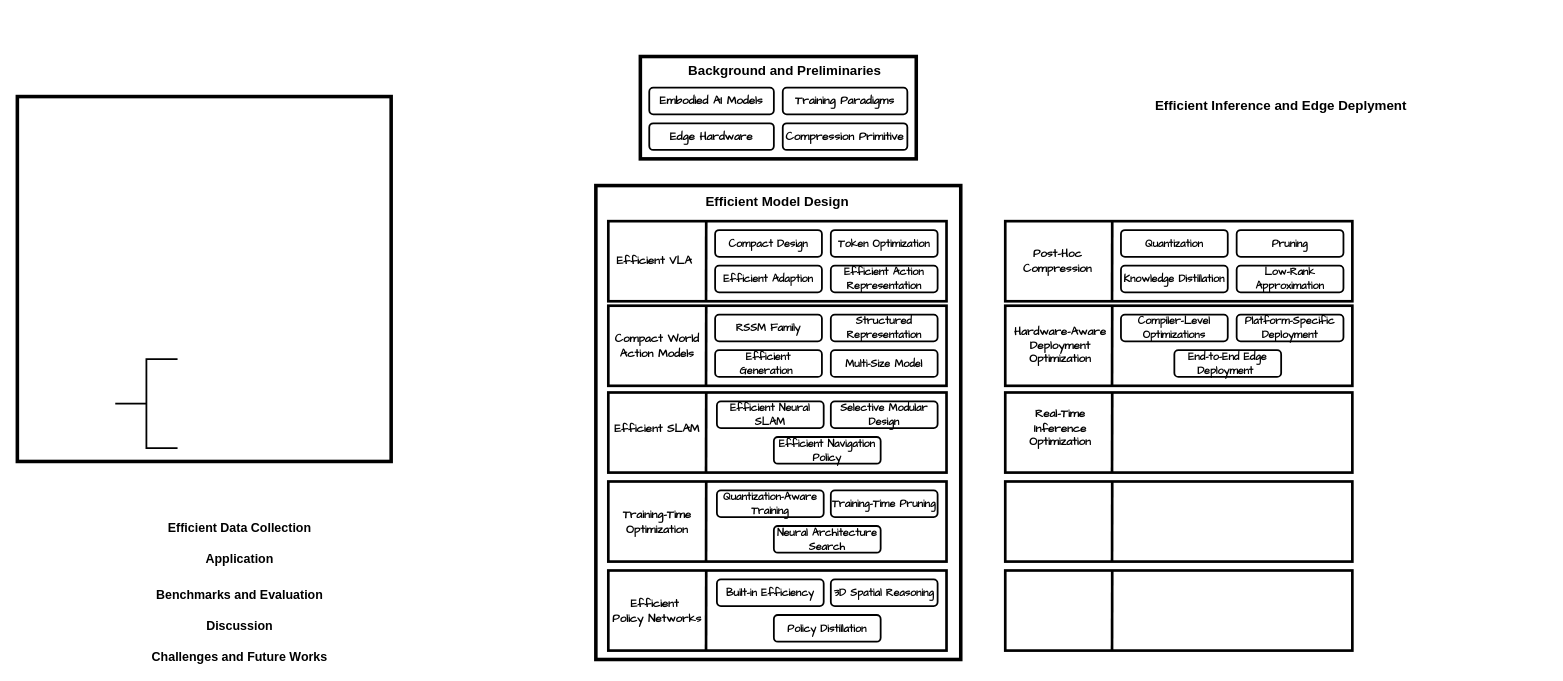
Before: edge survey.drawio in Zheyitu1001/Detection-SemiCT, a draw.io diagram. Source tidied: cells renumbered, new cells numbered last; positions are measured from the earlier drawing's top-left corner, leaving out a move shared by most shapes. Both pictures are drawn from the tidied source at 89%, with x=0, y=0 at pixel (17, 56).
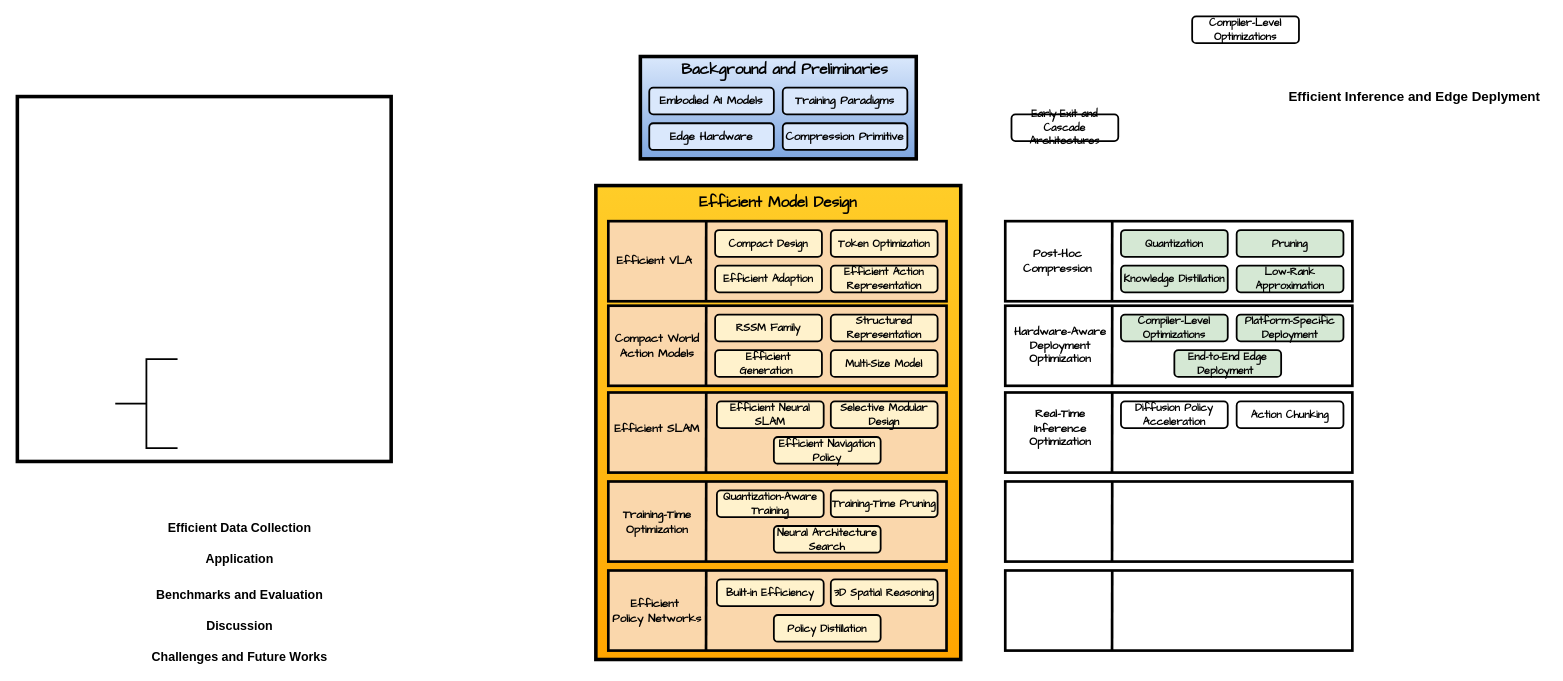
After the change.

Change to the diagram source:
```diff
@@
     <mxCell id="3" value="&lt;font face=&quot;Helvetica&quot; style=&quot;font-size: 15px;&quot;&gt;&lt;b style=&quot;&quot;&gt;Efficient Inference and Edge Deplyment&lt;/b&gt;&lt;/font&gt;" style="text;html=1;whiteSpace=wrap;strokeColor=none;fillColor=none;align=center;verticalAlign=middle;rounded=0;" parent="1" vertex="1">
-      <mxGeometry x="1270" y="45" width="300" height="20" as="geometry" />
+      <mxGeometry x="1420" y="35" width="300" height="20" as="geometry" />
     </mxCell>
@@
-    <mxCell id="10" style="group;" parent="1" vertex="1">
+    <mxCell id="10" style="group;strokeColor=#000000;fillColor=#dae8fc;gradientColor=#7ea6e0;" parent="1" vertex="1">
       <mxGeometry x="700" width="310" height="115" as="geometry" />
     </mxCell>
-    <mxCell id="11" style="rounded=0;whiteSpace=wrap;html=1;strokeWidth=4;" parent="10" vertex="1">
-      <mxGeometry width="310" height="115" as="geometry" />
-    </mxCell>
-    <mxCell id="12" value="&lt;font style=&quot;font-size: 13px;&quot; face=&quot;Comic Sans MS&quot;&gt;&lt;b style=&quot;&quot;&gt;Training Paradigms&lt;/b&gt;&lt;/font&gt;" style="rounded=1;whiteSpace=wrap;html=1;strokeWidth=2;" parent="10" vertex="1">
-      <mxGeometry x="160" y="35" width="140" height="30" as="geometry" />
-    </mxCell>
-    <mxCell id="13" value="&lt;font style=&quot;font-size: 13px;&quot; face=&quot;Comic Sans MS&quot;&gt;&lt;b style=&quot;&quot;&gt;Edge Hardware&lt;/b&gt;&lt;/font&gt;" style="rounded=1;whiteSpace=wrap;html=1;strokeWidth=2;" parent="10" vertex="1">
-      <mxGeometry x="10" y="75" width="140" height="30" as="geometry" />
-    </mxCell>
-    <mxCell id="14" value="&lt;font style=&quot;font-size: 13px;&quot; face=&quot;Comic Sans MS&quot;&gt;&lt;b style=&quot;&quot;&gt;Compression Primitive&lt;/b&gt;&lt;/font&gt;" style="rounded=1;whiteSpace=wrap;html=1;strokeWidth=2;" parent="10" vertex="1">
-      <mxGeometry x="160" y="75" width="140" height="30" as="geometry" />
-    </mxCell>
-    <mxCell id="15" value="&lt;font style=&quot;font-size: 13px;&quot; face=&quot;Comic Sans MS&quot;&gt;&lt;b style=&quot;&quot;&gt;Embodied AI Models&lt;/b&gt;&lt;/font&gt;" style="rounded=1;whiteSpace=wrap;html=1;strokeWidth=2;" parent="10" vertex="1">
-      <mxGeometry x="10" y="35" width="140" height="30" as="geometry" />
-    </mxCell>
-    <mxCell id="16" value="&lt;font face=&quot;Helvetica&quot; style=&quot;font-size: 15px;&quot;&gt;&lt;b style=&quot;&quot;&gt;Background and Preliminaries&lt;/b&gt;&lt;/font&gt;" style="text;html=1;whiteSpace=wrap;strokeColor=none;fillColor=none;align=center;verticalAlign=middle;rounded=0;" parent="10" vertex="1">
-      <mxGeometry x="25" y="5" width="275" height="20" as="geometry" />
-    </mxCell>
@@
-    <mxCell id="19" style="rounded=0;whiteSpace=wrap;html=1;strokeWidth=4;" parent="1" vertex="1">
+    <mxCell id="19" style="rounded=0;whiteSpace=wrap;html=1;strokeWidth=4;fillColor=#ffcd28;gradientColor=#ffa500;strokeColor=#000000;" parent="1" vertex="1">
       <mxGeometry x="650" y="145" width="410" height="532.5" as="geometry" />
     </mxCell>
-    <mxCell id="20" style="rounded=0;whiteSpace=wrap;html=1;strokeWidth=3;" parent="1" vertex="1">
+    <mxCell id="20" style="rounded=0;whiteSpace=wrap;html=1;strokeWidth=3;fillColor=#fad7ac;strokeColor=#000000;" parent="1" vertex="1">
       <mxGeometry x="664" y="185" width="380" height="90" as="geometry" />
     </mxCell>
-    <mxCell id="21" value="&lt;font style=&quot;font-size: 15px;&quot; face=&quot;Helvetica&quot;&gt;&lt;b style=&quot;&quot;&gt;Efficient Model Design&lt;/b&gt;&lt;/font&gt;" style="text;html=1;whiteSpace=wrap;strokeColor=none;fillColor=none;align=center;verticalAlign=middle;rounded=0;" parent="1" vertex="1">
-      <mxGeometry x="754" y="152.5" width="200" height="20" as="geometry" />
+    <mxCell id="21" value="&lt;font style=&quot;font-size: 17px;&quot; face=&quot;Comic Sans MS&quot;&gt;&lt;b style=&quot;&quot;&gt;Efficient Model Design&lt;/b&gt;&lt;/font&gt;" style="text;html=1;whiteSpace=wrap;strokeColor=none;fillColor=none;align=center;verticalAlign=middle;rounded=0;" parent="1" vertex="1">
+      <mxGeometry x="755" y="155" width="200" height="20" as="geometry" />
     </mxCell>
-    <mxCell id="22" value="&lt;b&gt;&lt;font face=&quot;Comic Sans MS&quot;&gt;Compact Design&lt;/font&gt;&lt;/b&gt;" style="rounded=1;whiteSpace=wrap;html=1;strokeWidth=2;" parent="1" vertex="1">
+    <mxCell id="22" value="&lt;b&gt;&lt;font face=&quot;Comic Sans MS&quot;&gt;Compact Design&lt;/font&gt;&lt;/b&gt;" style="rounded=1;whiteSpace=wrap;html=1;strokeWidth=2;fillColor=#fff2cc;strokeColor=#000000;" parent="1" vertex="1">
       <mxGeometry x="784" y="195" width="120" height="30" as="geometry" />
     </mxCell>
-    <mxCell id="23" value="&lt;b&gt;&lt;font face=&quot;Comic Sans MS&quot;&gt;Efficient Adaption&lt;/font&gt;&lt;/b&gt;" style="rounded=1;whiteSpace=wrap;html=1;strokeWidth=2;" parent="1" vertex="1">
+    <mxCell id="23" value="&lt;b&gt;&lt;font face=&quot;Comic Sans MS&quot;&gt;Efficient Adaption&lt;/font&gt;&lt;/b&gt;" style="rounded=1;whiteSpace=wrap;html=1;strokeWidth=2;fillColor=#fff2cc;strokeColor=#000000;" parent="1" vertex="1">
       <mxGeometry x="784" y="235" width="120" height="30" as="geometry" />
     </mxCell>
-    <mxCell id="24" value="&lt;font face=&quot;Comic Sans MS&quot;&gt;&lt;b&gt;Efficient Action Representation&lt;/b&gt;&lt;/font&gt;" style="rounded=1;whiteSpace=wrap;html=1;strokeWidth=2;" parent="1" vertex="1">
+    <mxCell id="24" value="&lt;font face=&quot;Comic Sans MS&quot;&gt;&lt;b&gt;Efficient Action Representation&lt;/b&gt;&lt;/font&gt;" style="rounded=1;whiteSpace=wrap;html=1;strokeWidth=2;fillColor=#fff2cc;strokeColor=#000000;" parent="1" vertex="1">
       <mxGeometry x="914" y="235" width="120" height="30" as="geometry" />
     </mxCell>
-    <mxCell id="25" value="&lt;b&gt;&lt;font face=&quot;Comic Sans MS&quot;&gt;Token Optimization&lt;/font&gt;&lt;/b&gt;" style="rounded=1;whiteSpace=wrap;html=1;strokeWidth=2;" parent="1" vertex="1">
+    <mxCell id="25" value="&lt;b&gt;&lt;font face=&quot;Comic Sans MS&quot;&gt;Token Optimization&lt;/font&gt;&lt;/b&gt;" style="rounded=1;whiteSpace=wrap;html=1;strokeWidth=2;fillColor=#fff2cc;strokeColor=#000000;" parent="1" vertex="1">
       <mxGeometry x="914" y="195" width="120" height="30" as="geometry" />
     </mxCell>
@@
-    <mxCell id="28" style="rounded=0;whiteSpace=wrap;html=1;strokeWidth=3;" parent="1" vertex="1">
+    <mxCell id="28" style="rounded=0;whiteSpace=wrap;html=1;strokeWidth=3;fillColor=#fad7ac;strokeColor=#000000;" parent="1" vertex="1">
       <mxGeometry x="664" y="280" width="380" height="90" as="geometry" />
     </mxCell>
@@
-    <mxCell id="31" value="&lt;b&gt;&lt;font face=&quot;Comic Sans MS&quot;&gt;RSSM Family&lt;/font&gt;&lt;/b&gt;" style="rounded=1;whiteSpace=wrap;html=1;strokeWidth=2;" parent="1" vertex="1">
+    <mxCell id="31" value="&lt;b&gt;&lt;font face=&quot;Comic Sans MS&quot;&gt;RSSM Family&lt;/font&gt;&lt;/b&gt;" style="rounded=1;whiteSpace=wrap;html=1;strokeWidth=2;fillColor=#fff2cc;strokeColor=#000000;" parent="1" vertex="1">
       <mxGeometry x="784" y="290" width="120" height="30" as="geometry" />
     </mxCell>
-    <mxCell id="32" value="&lt;font face=&quot;Comic Sans MS&quot;&gt;&lt;b&gt;Efficient Generation&amp;nbsp;&lt;/b&gt;&lt;/font&gt;" style="rounded=1;whiteSpace=wrap;html=1;strokeWidth=2;" parent="1" vertex="1">
+    <mxCell id="32" value="&lt;font face=&quot;Comic Sans MS&quot;&gt;&lt;b&gt;Efficient Generation&amp;nbsp;&lt;/b&gt;&lt;/font&gt;" style="rounded=1;whiteSpace=wrap;html=1;strokeWidth=2;fillColor=#fff2cc;strokeColor=#000000;" parent="1" vertex="1">
       <mxGeometry x="784" y="330" width="120" height="30" as="geometry" />
     </mxCell>
-    <mxCell id="33" value="&lt;b&gt;&lt;font face=&quot;Comic Sans MS&quot;&gt;Structured Representation&lt;/font&gt;&lt;/b&gt;" style="rounded=1;whiteSpace=wrap;html=1;strokeWidth=2;" parent="1" vertex="1">
+    <mxCell id="33" value="&lt;b&gt;&lt;font face=&quot;Comic Sans MS&quot;&gt;Structured Representation&lt;/font&gt;&lt;/b&gt;" style="rounded=1;whiteSpace=wrap;html=1;strokeWidth=2;fillColor=#fff2cc;strokeColor=#000000;" parent="1" vertex="1">
       <mxGeometry x="914" y="290" width="120" height="30" as="geometry" />
     </mxCell>
-    <mxCell id="34" value="&lt;b&gt;&lt;font face=&quot;Comic Sans MS&quot;&gt;Multi-Size Model&lt;/font&gt;&lt;/b&gt;" style="rounded=1;whiteSpace=wrap;html=1;strokeWidth=2;" parent="1" vertex="1">
+    <mxCell id="34" value="&lt;b&gt;&lt;font face=&quot;Comic Sans MS&quot;&gt;Multi-Size Model&lt;/font&gt;&lt;/b&gt;" style="rounded=1;whiteSpace=wrap;html=1;strokeWidth=2;fillColor=#fff2cc;strokeColor=#000000;" parent="1" vertex="1">
       <mxGeometry x="914" y="330" width="120" height="30" as="geometry" />
     </mxCell>
-    <mxCell id="35" style="rounded=0;whiteSpace=wrap;html=1;strokeWidth=3;" parent="1" vertex="1">
+    <mxCell id="35" style="rounded=0;whiteSpace=wrap;html=1;strokeWidth=3;fillColor=#fad7ac;strokeColor=#000000;" parent="1" vertex="1">
       <mxGeometry x="664" y="377.5" width="380" height="90" as="geometry" />
     </mxCell>
@@
-    <mxCell id="38" value="&lt;b&gt;&lt;font face=&quot;Comic Sans MS&quot;&gt;Efficient Neural SLAM&lt;/font&gt;&lt;/b&gt;" style="rounded=1;whiteSpace=wrap;html=1;strokeWidth=2;" parent="1" vertex="1">
+    <mxCell id="38" value="&lt;b&gt;&lt;font face=&quot;Comic Sans MS&quot;&gt;Efficient Neural SLAM&lt;/font&gt;&lt;/b&gt;" style="rounded=1;whiteSpace=wrap;html=1;strokeWidth=2;fillColor=#fff2cc;strokeColor=#000000;" parent="1" vertex="1">
       <mxGeometry x="786" y="387.5" width="120" height="30" as="geometry" />
     </mxCell>
-    <mxCell id="39" value="&lt;font face=&quot;Comic Sans MS&quot;&gt;&lt;b&gt;Selective Modular Design&lt;/b&gt;&lt;/font&gt;" style="rounded=1;whiteSpace=wrap;html=1;strokeWidth=2;" parent="1" vertex="1">
+    <mxCell id="39" value="&lt;font face=&quot;Comic Sans MS&quot;&gt;&lt;b&gt;Selective Modular Design&lt;/b&gt;&lt;/font&gt;" style="rounded=1;whiteSpace=wrap;html=1;strokeWidth=2;fillColor=#fff2cc;strokeColor=#000000;" parent="1" vertex="1">
       <mxGeometry x="914" y="387.5" width="120" height="30" as="geometry" />
     </mxCell>
-    <mxCell id="40" value="&lt;font face=&quot;Comic Sans MS&quot;&gt;&lt;b&gt;Efficient Navigation Policy&lt;/b&gt;&lt;/font&gt;" style="rounded=1;whiteSpace=wrap;html=1;strokeWidth=2;" parent="1" vertex="1">
+    <mxCell id="40" value="&lt;font face=&quot;Comic Sans MS&quot;&gt;&lt;b&gt;Efficient Navigation Policy&lt;/b&gt;&lt;/font&gt;" style="rounded=1;whiteSpace=wrap;html=1;strokeWidth=2;fillColor=#fff2cc;strokeColor=#000000;" parent="1" vertex="1">
       <mxGeometry x="850" y="427.5" width="120" height="30" as="geometry" />
     </mxCell>
-    <mxCell id="41" style="rounded=0;whiteSpace=wrap;html=1;strokeWidth=3;" parent="1" vertex="1">
+    <mxCell id="41" style="rounded=0;whiteSpace=wrap;html=1;strokeWidth=3;fillColor=#fad7ac;strokeColor=#000000;" parent="1" vertex="1">
       <mxGeometry x="664" y="577.5" width="380" height="90" as="geometry" />
     </mxCell>
@@
-    <mxCell id="43" style="rounded=0;whiteSpace=wrap;html=1;strokeWidth=3;" parent="1" vertex="1">
+    <mxCell id="43" style="rounded=0;whiteSpace=wrap;html=1;strokeWidth=3;fillColor=#fad7ac;strokeColor=#000000;" parent="1" vertex="1">
       <mxGeometry x="664" y="477.5" width="380" height="90" as="geometry" />
     </mxCell>
@@
-    <mxCell id="45" value="&lt;font face=&quot;Comic Sans MS&quot;&gt;&lt;b&gt;Quantization-Aware Training&lt;/b&gt;&lt;/font&gt;" style="rounded=1;whiteSpace=wrap;html=1;strokeWidth=2;" parent="1" vertex="1">
+    <mxCell id="45" value="&lt;font face=&quot;Comic Sans MS&quot;&gt;&lt;b&gt;Quantization-Aware Training&lt;/b&gt;&lt;/font&gt;" style="rounded=1;whiteSpace=wrap;html=1;strokeWidth=2;fillColor=#fff2cc;strokeColor=#000000;" parent="1" vertex="1">
       <mxGeometry x="786" y="487.5" width="120" height="30" as="geometry" />
     </mxCell>
-    <mxCell id="46" value="&lt;font face=&quot;Comic Sans MS&quot;&gt;&lt;b&gt;Neural Architecture Search&lt;/b&gt;&lt;/font&gt;" style="rounded=1;whiteSpace=wrap;html=1;strokeWidth=2;" parent="1" vertex="1">
+    <mxCell id="46" value="&lt;font face=&quot;Comic Sans MS&quot;&gt;&lt;b&gt;Neural Architecture Search&lt;/b&gt;&lt;/font&gt;" style="rounded=1;whiteSpace=wrap;html=1;strokeWidth=2;fillColor=#fff2cc;strokeColor=#000000;" parent="1" vertex="1">
       <mxGeometry x="850" y="527.5" width="120" height="30" as="geometry" />
     </mxCell>
-    <mxCell id="47" value="&lt;font face=&quot;Comic Sans MS&quot;&gt;&lt;b&gt;Training-Time Pruning&lt;/b&gt;&lt;/font&gt;" style="rounded=1;whiteSpace=wrap;html=1;strokeWidth=2;" parent="1" vertex="1">
+    <mxCell id="47" value="&lt;font face=&quot;Comic Sans MS&quot;&gt;&lt;b&gt;Training-Time Pruning&lt;/b&gt;&lt;/font&gt;" style="rounded=1;whiteSpace=wrap;html=1;strokeWidth=2;fillColor=#fff2cc;strokeColor=#000000;" parent="1" vertex="1">
       <mxGeometry x="914" y="487.5" width="120" height="30" as="geometry" />
     </mxCell>
-    <mxCell id="48" value="&lt;b&gt;&lt;font face=&quot;Comic Sans MS&quot;&gt;3D Spatial Reasoning&lt;/font&gt;&lt;/b&gt;" style="rounded=1;whiteSpace=wrap;html=1;strokeWidth=2;" parent="1" vertex="1">
+    <mxCell id="48" value="&lt;b&gt;&lt;font face=&quot;Comic Sans MS&quot;&gt;3D Spatial Reasoning&lt;/font&gt;&lt;/b&gt;" style="rounded=1;whiteSpace=wrap;html=1;strokeWidth=2;fillColor=#fff2cc;strokeColor=#000000;" parent="1" vertex="1">
       <mxGeometry x="914" y="587.5" width="120" height="30" as="geometry" />
     </mxCell>
-    <mxCell id="49" value="&lt;font face=&quot;Comic Sans MS&quot;&gt;&lt;b&gt;Policy Distillation&lt;/b&gt;&lt;/font&gt;" style="rounded=1;whiteSpace=wrap;html=1;strokeWidth=2;" parent="1" vertex="1">
+    <mxCell id="49" value="&lt;font face=&quot;Comic Sans MS&quot;&gt;&lt;b&gt;Policy Distillation&lt;/b&gt;&lt;/font&gt;" style="rounded=1;whiteSpace=wrap;html=1;strokeWidth=2;fillColor=#fff2cc;strokeColor=#000000;" parent="1" vertex="1">
       <mxGeometry x="850" y="627.5" width="120" height="30" as="geometry" />
     </mxCell>
-    <mxCell id="50" value="&lt;font face=&quot;Comic Sans MS&quot;&gt;&lt;b&gt;Built-in Efficiency&lt;/b&gt;&lt;/font&gt;" style="rounded=1;whiteSpace=wrap;html=1;strokeWidth=2;" parent="1" vertex="1">
+    <mxCell id="50" value="&lt;font face=&quot;Comic Sans MS&quot;&gt;&lt;b&gt;Built-in Efficiency&lt;/b&gt;&lt;/font&gt;" style="rounded=1;whiteSpace=wrap;html=1;strokeWidth=2;fillColor=#fff2cc;strokeColor=#000000;" parent="1" vertex="1">
       <mxGeometry x="786" y="587.5" width="120" height="30" as="geometry" />
     </mxCell>
@@
-    <mxCell id="54" value="&lt;b&gt;&lt;font face=&quot;Comic Sans MS&quot;&gt;Quantization&lt;/font&gt;&lt;/b&gt;" style="rounded=1;whiteSpace=wrap;html=1;strokeWidth=2;" parent="1" vertex="1">
+    <mxCell id="54" value="&lt;b&gt;&lt;font face=&quot;Comic Sans MS&quot;&gt;Quantization&lt;/font&gt;&lt;/b&gt;" style="rounded=1;whiteSpace=wrap;html=1;strokeWidth=2;fillColor=#d5e8d4;strokeColor=#000000;" parent="1" vertex="1">
       <mxGeometry x="1240" y="195" width="120" height="30" as="geometry" />
     </mxCell>
-    <mxCell id="55" value="&lt;b&gt;&lt;font face=&quot;Comic Sans MS&quot;&gt;Pruning&lt;/font&gt;&lt;/b&gt;" style="rounded=1;whiteSpace=wrap;html=1;strokeWidth=2;" parent="1" vertex="1">
+    <mxCell id="55" value="&lt;b&gt;&lt;font face=&quot;Comic Sans MS&quot;&gt;Pruning&lt;/font&gt;&lt;/b&gt;" style="rounded=1;whiteSpace=wrap;html=1;strokeWidth=2;fillColor=#d5e8d4;strokeColor=#000000;" parent="1" vertex="1">
       <mxGeometry x="1370" y="195" width="120" height="30" as="geometry" />
     </mxCell>
-    <mxCell id="56" value="&lt;font face=&quot;Comic Sans MS&quot;&gt;&lt;b&gt;Knowledge Distillation&lt;/b&gt;&lt;/font&gt;" style="rounded=1;whiteSpace=wrap;html=1;strokeWidth=2;" parent="1" vertex="1">
+    <mxCell id="56" value="&lt;font face=&quot;Comic Sans MS&quot;&gt;&lt;b&gt;Knowledge Distillation&lt;/b&gt;&lt;/font&gt;" style="rounded=1;whiteSpace=wrap;html=1;strokeWidth=2;fillColor=#d5e8d4;strokeColor=#000000;" parent="1" vertex="1">
       <mxGeometry x="1240" y="235" width="120" height="30" as="geometry" />
     </mxCell>
-    <mxCell id="57" value="&lt;font face=&quot;Comic Sans MS&quot;&gt;&lt;b&gt;Low-Rank Approximation&lt;/b&gt;&lt;/font&gt;" style="rounded=1;whiteSpace=wrap;html=1;strokeWidth=2;" parent="1" vertex="1">
+    <mxCell id="57" value="&lt;font face=&quot;Comic Sans MS&quot;&gt;&lt;b&gt;Low-Rank Approximation&lt;/b&gt;&lt;/font&gt;" style="rounded=1;whiteSpace=wrap;html=1;strokeWidth=2;fillColor=#d5e8d4;strokeColor=#000000;" parent="1" vertex="1">
       <mxGeometry x="1370" y="235" width="120" height="30" as="geometry" />
     </mxCell>
@@
-    <mxCell id="67" value="&lt;font face=&quot;Comic Sans MS&quot;&gt;&lt;b&gt;Compiler-Level Optimizations&lt;/b&gt;&lt;/font&gt;" style="rounded=1;whiteSpace=wrap;html=1;strokeWidth=2;" parent="1" vertex="1">
+    <mxCell id="67" value="&lt;font face=&quot;Comic Sans MS&quot;&gt;&lt;b&gt;Compiler-Level Optimizations&lt;/b&gt;&lt;/font&gt;" style="rounded=1;whiteSpace=wrap;html=1;strokeWidth=2;fillColor=#d5e8d4;strokeColor=#000000;" parent="1" vertex="1">
       <mxGeometry x="1240" y="290" width="120" height="30" as="geometry" />
     </mxCell>
-    <mxCell id="68" value="&lt;font face=&quot;Comic Sans MS&quot;&gt;&lt;b&gt;Platform-Specific Deployment&lt;/b&gt;&lt;/font&gt;" style="rounded=1;whiteSpace=wrap;html=1;strokeWidth=2;" parent="1" vertex="1">
+    <mxCell id="68" value="&lt;font face=&quot;Comic Sans MS&quot;&gt;&lt;b&gt;Platform-Specific Deployment&lt;/b&gt;&lt;/font&gt;" style="rounded=1;whiteSpace=wrap;html=1;strokeWidth=2;fillColor=#d5e8d4;strokeColor=#000000;" parent="1" vertex="1">
       <mxGeometry x="1370" y="290" width="120" height="30" as="geometry" />
     </mxCell>
-    <mxCell id="69" value="&lt;font face=&quot;Comic Sans MS&quot;&gt;&lt;b&gt;End-to-End Edge Deployment&amp;nbsp;&lt;/b&gt;&lt;/font&gt;" style="rounded=1;whiteSpace=wrap;html=1;strokeWidth=2;" parent="1" vertex="1">
+    <mxCell id="69" value="&lt;font face=&quot;Comic Sans MS&quot;&gt;&lt;b&gt;End-to-End Edge Deployment&amp;nbsp;&lt;/b&gt;&lt;/font&gt;" style="rounded=1;whiteSpace=wrap;html=1;strokeWidth=2;fillColor=#d5e8d4;strokeColor=#000000;" parent="1" vertex="1">
       <mxGeometry x="1300" y="330" width="120" height="30" as="geometry" />
     </mxCell>
@@
+    <mxCell id="71" value="&lt;font face=&quot;Comic Sans MS&quot;&gt;&lt;b&gt;Diffusion Policy Acceleration&lt;/b&gt;&lt;/font&gt;" style="rounded=1;whiteSpace=wrap;html=1;strokeWidth=2;" parent="1" vertex="1">
+      <mxGeometry x="1240" y="387.5" width="120" height="30" as="geometry" />
+    </mxCell>
+    <mxCell id="72" value="&lt;font face=&quot;Comic Sans MS&quot;&gt;&lt;b&gt;Action Chunking&lt;/b&gt;&lt;/font&gt;" style="rounded=1;whiteSpace=wrap;html=1;strokeWidth=2;" parent="1" vertex="1">
+      <mxGeometry x="1370" y="387.5" width="120" height="30" as="geometry" />
+    </mxCell>
+    <mxCell id="73" value="&lt;font face=&quot;Comic Sans MS&quot;&gt;&lt;b&gt;Compiler-Level Optimizations&lt;/b&gt;&lt;/font&gt;" style="rounded=1;whiteSpace=wrap;html=1;strokeWidth=2;" parent="1" vertex="1">
+      <mxGeometry x="1320" y="-45" width="120" height="30" as="geometry" />
+    </mxCell>
+    <mxCell id="74" value="&lt;font face=&quot;Comic Sans MS&quot;&gt;&lt;b&gt;Early-Exit and Cascade Architectures&lt;/b&gt;&lt;/font&gt;" style="rounded=1;whiteSpace=wrap;html=1;strokeWidth=2;" parent="1" vertex="1">
+      <mxGeometry x="1117" y="65" width="120" height="30" as="geometry" />
+    </mxCell>
+    <mxCell id="11" style="rounded=0;whiteSpace=wrap;html=1;strokeWidth=4;fillColor=#dae8fc;gradientColor=#7ea6e0;strokeColor=#000000;" parent="1" vertex="1">
+      <mxGeometry x="700" width="310" height="115" as="geometry" />
+    </mxCell>
+    <mxCell id="12" value="&lt;font style=&quot;font-size: 13px;&quot; face=&quot;Comic Sans MS&quot;&gt;&lt;b style=&quot;&quot;&gt;Training Paradigms&lt;/b&gt;&lt;/font&gt;" style="rounded=1;whiteSpace=wrap;html=1;strokeWidth=2;fillColor=#dae8fc;strokeColor=#000000;" parent="1" vertex="1">
+      <mxGeometry x="860" y="35" width="140" height="30" as="geometry" />
+    </mxCell>
+    <mxCell id="13" value="&lt;font style=&quot;font-size: 13px;&quot; face=&quot;Comic Sans MS&quot;&gt;&lt;b style=&quot;&quot;&gt;Edge Hardware&lt;/b&gt;&lt;/font&gt;" style="rounded=1;whiteSpace=wrap;html=1;strokeWidth=2;fillColor=#dae8fc;strokeColor=#000000;" parent="1" vertex="1">
+      <mxGeometry x="710" y="75" width="140" height="30" as="geometry" />
+    </mxCell>
+    <mxCell id="14" value="&lt;font style=&quot;font-size: 13px;&quot; face=&quot;Comic Sans MS&quot;&gt;&lt;b style=&quot;&quot;&gt;Compression Primitive&lt;/b&gt;&lt;/font&gt;" style="rounded=1;whiteSpace=wrap;html=1;strokeWidth=2;fillColor=#dae8fc;strokeColor=#000000;" parent="1" vertex="1">
+      <mxGeometry x="860" y="75" width="140" height="30" as="geometry" />
+    </mxCell>
+    <mxCell id="15" value="&lt;font style=&quot;font-size: 13px;&quot; face=&quot;Comic Sans MS&quot;&gt;&lt;b style=&quot;&quot;&gt;Embodied AI Models&lt;/b&gt;&lt;/font&gt;" style="rounded=1;whiteSpace=wrap;html=1;strokeWidth=2;fillColor=#dae8fc;strokeColor=#000000;" parent="1" vertex="1">
+      <mxGeometry x="710" y="35" width="140" height="30" as="geometry" />
+    </mxCell>
+    <mxCell id="16" value="&lt;font style=&quot;font-size: 17px;&quot; face=&quot;Comic Sans MS&quot;&gt;&lt;b style=&quot;&quot;&gt;Background and Preliminaries&lt;/b&gt;&lt;/font&gt;" style="text;html=1;whiteSpace=wrap;strokeColor=none;fillColor=none;align=center;verticalAlign=middle;rounded=0;" parent="1" vertex="1">
+      <mxGeometry x="725" y="5" width="275" height="20" as="geometry" />
+    </mxCell>
```
